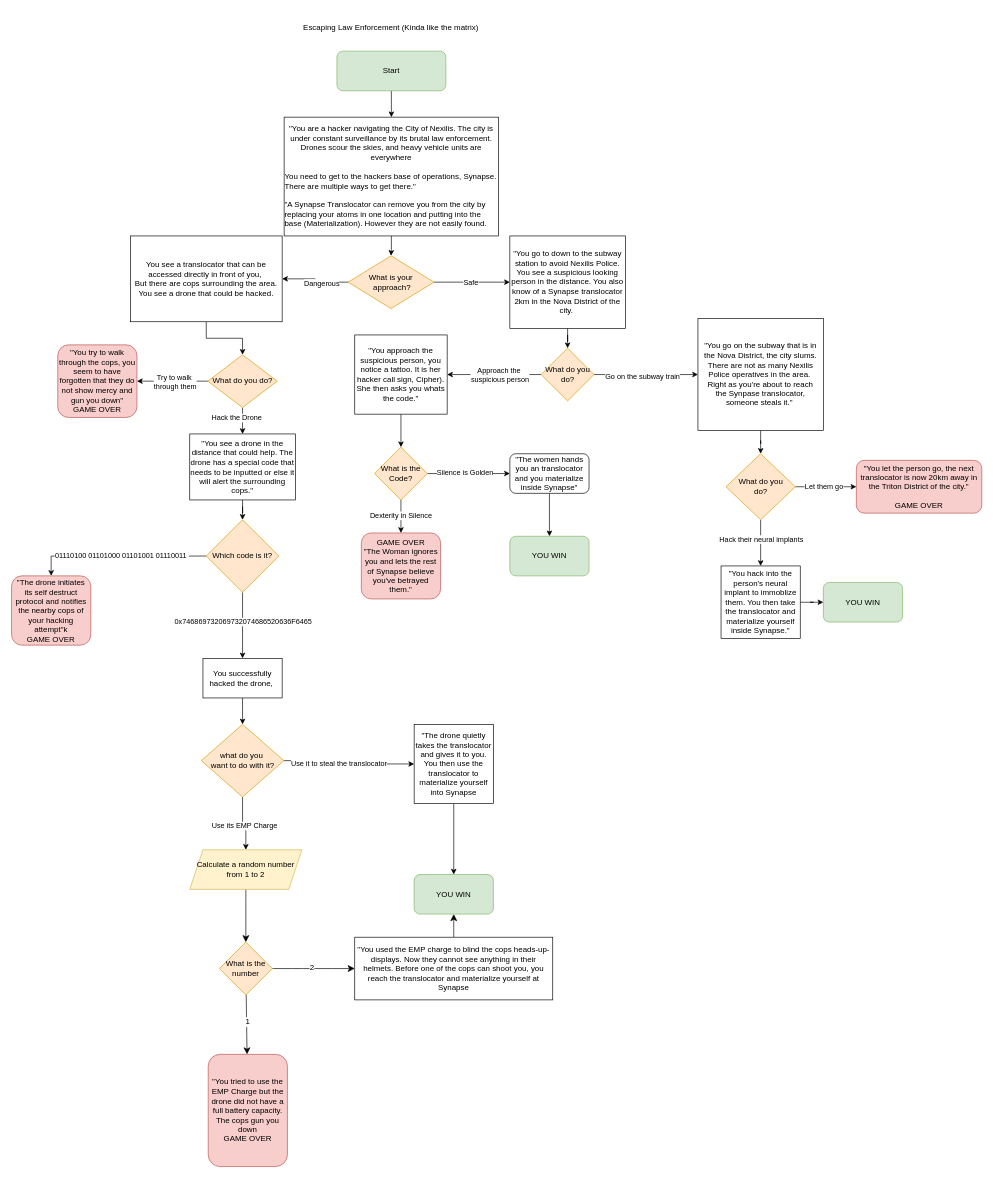
Before: diagrams/CYOA.drawio in twitocode/Draw.io-Diagrams, a draw.io diagram. Source tidied: cells renumbered, new cells numbered last; positions are measured from the earlier drawing's top-left corner, leaving out a move shared by most shapes. Both pictures are drawn from the tidied source at 66%, with x=0, y=0 at pixel (11, 11).
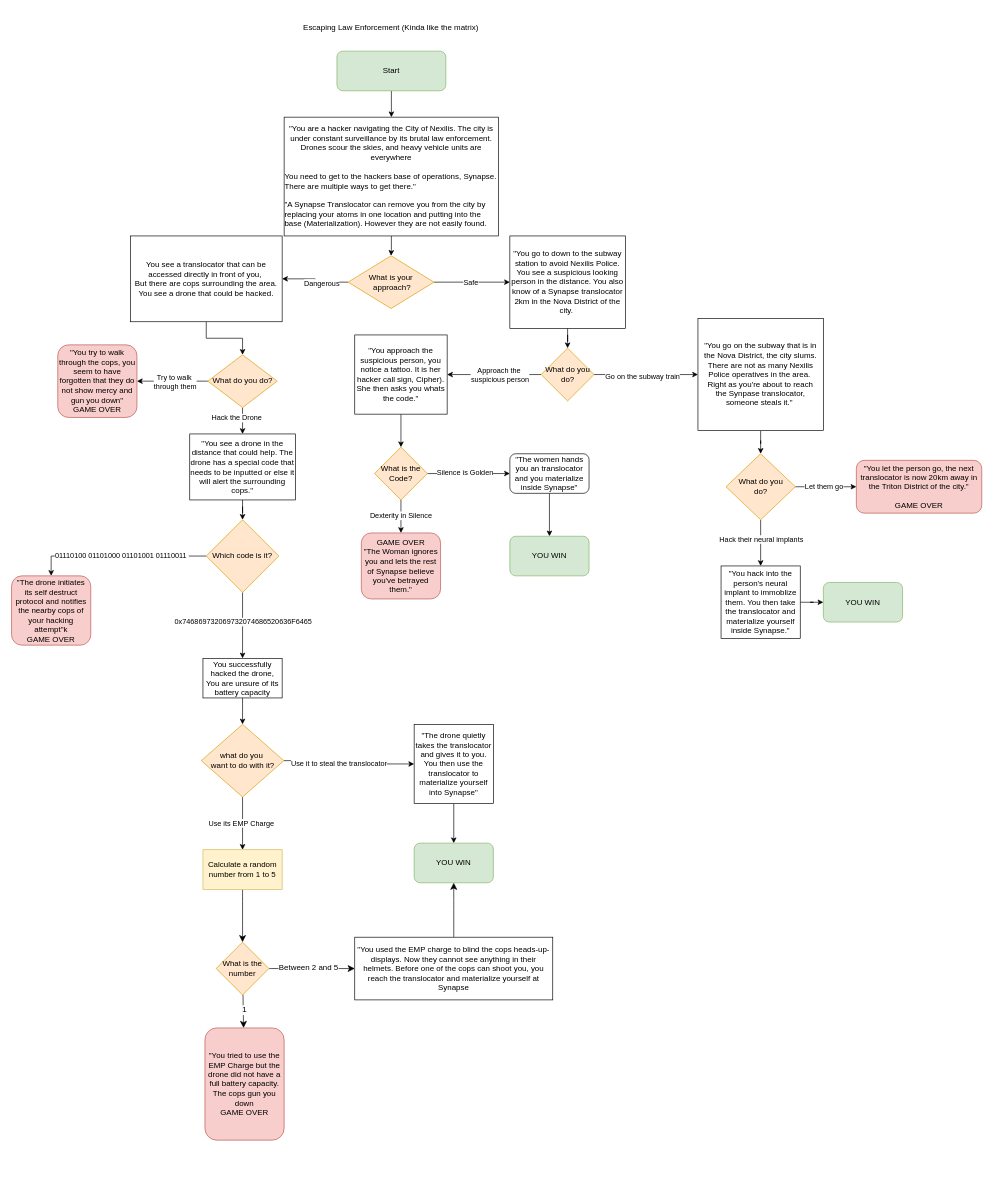
Above is the later version.

Unchanged cells that the change refers to:
```xml
<mxCell id="34" value="what do you&amp;nbsp;&lt;div&gt;want to do with it?&lt;/div&gt;" style="rhombus;whiteSpace=wrap;html=1;fillColor=#ffe6cc;strokeColor=#d79b00;" parent="1" vertex="1">
  <mxGeometry x="287.5" y="1080" width="125" height="110" as="geometry" />
</mxCell>
<mxCell id="71" style="edgeStyle=none;curved=1;rounded=0;jettySize=auto;html=1;fontSize=12;startSize=8;endSize=8;" parent="1" edge="1" source="75" target="36">
  <mxGeometry relative="1" as="geometry" />
</mxCell>
```

What changed in the source:
```diff
@@
-    <mxCell id="29" value="You successfully hacked the drone,&amp;nbsp;" style="whiteSpace=wrap;html=1;" parent="1" vertex="1">
+    <mxCell id="29" value="You successfully hacked the drone, You are unsure of its battery capacity" style="whiteSpace=wrap;html=1;" parent="1" vertex="1">
       <mxGeometry x="290" y="980" width="120" height="60" as="geometry" />
     </mxCell>
-    <mxCell id="30" style="edgeStyle=orthogonalEdgeStyle;rounded=0;jettySize=auto;html=1;entryX=0.5;entryY=0;entryDx=0;entryDy=0;" parent="1" edge="1" source="34" target="70">
+    <mxCell id="30" style="edgeStyle=orthogonalEdgeStyle;rounded=0;jettySize=auto;html=1;entryX=0.5;entryY=0;entryDx=0;entryDy=0;" parent="1" edge="1" source="34" target="78">
       <mxGeometry relative="1" as="geometry" />
     </mxCell>
@@
-    <mxCell id="38" value="&quot;The drone quietly takes the translocator and gives it to you. You then use the translocator to materialize yourself into Synapse" style="whiteSpace=wrap;html=1;" parent="1" vertex="1">
+    <mxCell id="38" value="&quot;The drone quietly takes the translocator and gives it to you. You then use the translocator to materialize yourself into Synapse&quot;" style="whiteSpace=wrap;html=1;" parent="1" vertex="1">
       <mxGeometry x="610" y="1080" width="120" height="120" as="geometry" />
     </mxCell>
     <mxCell id="39" value="YOU WIN" style="rounded=1;whiteSpace=wrap;html=1;fillColor=#d5e8d4;strokeColor=#82b366;" parent="1" vertex="1">
-      <mxGeometry x="610" y="1307.5" width="120" height="60" as="geometry" />
+      <mxGeometry x="610" y="1260" width="120" height="60" as="geometry" />
     </mxCell>
@@
-    <mxCell id="69" style="edgeStyle=none;curved=1;rounded=0;jettySize=auto;html=1;fontSize=12;startSize=8;endSize=8;" parent="1" edge="1" source="70" target="75">
+    <mxCell id="69" style="edgeStyle=none;curved=1;rounded=0;jettySize=auto;html=1;fontSize=12;startSize=8;endSize=8;exitX=0.5;exitY=1;exitDx=0;exitDy=0;" parent="1" edge="1" source="78" target="75">
       <mxGeometry relative="1" as="geometry" />
     </mxCell>
-    <mxCell id="70" value="Calculate a random number from 1 to 2" style="shape=parallelogram;perimeter=parallelogramPerimeter;whiteSpace=wrap;html=1;fixedSize=1;fillColor=#fff2cc;strokeColor=#d6b656;" parent="1" vertex="1">
-      <mxGeometry x="270" y="1270" width="170" height="60" as="geometry" />
-    </mxCell>
@@
-    <mxCell id="72" value="2" style="edgeLabel;html=1;align=center;verticalAlign=middle;fontSize=12;" parent="71" vertex="1">
-      <mxGeometry x="-0.06" y="2" relative="1" as="geometry" />
-    </mxCell>
+    <mxCell id="77" value="Between 2 and 5" style="edgeLabel;html=1;align=center;verticalAlign=middle;fontSize=12;" parent="71" vertex="1">
+      <mxGeometry x="-0.1" y="2" relative="1" as="geometry" />
+    </mxCell>
@@
     <mxCell id="75" value="What is the&lt;div&gt;number&lt;/div&gt;" style="rhombus;whiteSpace=wrap;html=1;fillColor=#ffe6cc;strokeColor=#d79b00;" parent="1" vertex="1">
-      <mxGeometry x="315" y="1410" width="80" height="80" as="geometry" />
+      <mxGeometry x="310" y="1410" width="80" height="80" as="geometry" />
     </mxCell>
     <mxCell id="76" value="&quot;You tried to use the EMP Charge but the drone did not have a full battery capacity. The cops gun you down&lt;div&gt;GAME OVER&lt;/div&gt;" style="rounded=1;whiteSpace=wrap;html=1;fillColor=#f8cecc;strokeColor=#b85450;" parent="1" vertex="1">
-      <mxGeometry x="298" y="1580" width="120" height="170" as="geometry" />
+      <mxGeometry x="293" y="1540" width="120" height="170" as="geometry" />
     </mxCell>
+    <mxCell id="78" value="Calculate a random number from 1 to 5" style="rounded=0;whiteSpace=wrap;html=1;fillColor=#fff2cc;strokeColor=#d6b656;" parent="1" vertex="1">
+      <mxGeometry x="290" y="1270" width="120" height="60" as="geometry" />
+    </mxCell>
```
